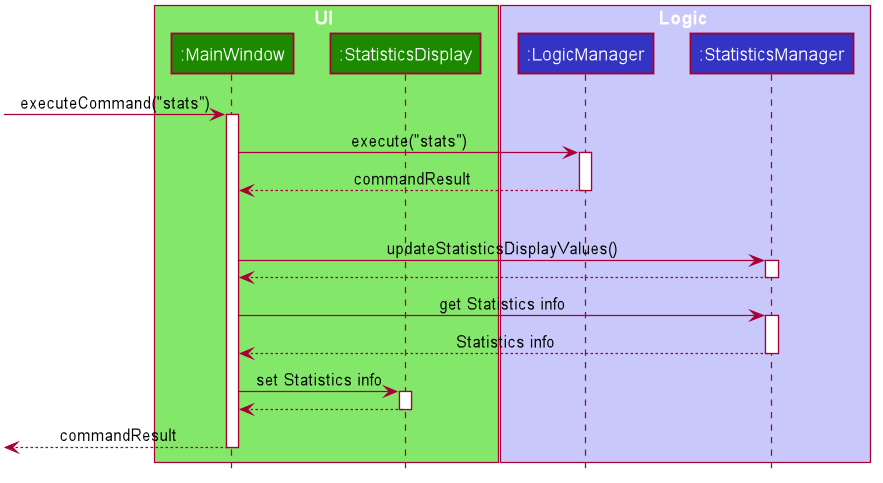
nus-cs2103-AY1920S2/addressbook-level3 keeps this PlantUML diagram as docs/images/StatisticsUiSequenceDiagram.png. Above is the earlier version. Source of this version:
```plantuml
@startuml








skinparam BackgroundColor #FFFFFFF

skinparam Shadowing false

skinparam Class {
    FontColor #FFFFFF
    BorderThickness 1
    BorderColor #FFFFFF
    StereotypeFontColor #FFFFFF
    FontName Arial
}

skinparam Actor {
    BorderColor #000000
    Color #000000
    FontName Arial
}

skinparam Sequence {
    MessageAlign center
    BoxFontSize 15
    BoxPadding 0
    BoxFontColor #FFFFFF
    FontName Arial
}

skinparam Participant {
    FontColor #FFFFFFF
    Padding 20
}

skinparam MinClassWidth 50
skinparam ParticipantPadding 10
skinparam Shadowing false
skinparam DefaultTextAlignment center
skinparam packageStyle Rectangle

hide footbox
hide members
hide circle

box UI #83E769
participant ":MainWindow" as MainWindow #1D8900
participant ":StatisticsDisplay" as StatisticsDisplay #1D8900
end box

box Logic #C8C8FA
participant ":LogicManager" as LogicManager #3333C4
participant ":StatisticsManager" as StatisticsManager #3333C4
end box

[-> MainWindow : executeCommand("stats")
activate MainWindow

MainWindow -> LogicManager: execute("stats")
activate LogicManager

LogicManager --> MainWindow: commandResult
deactivate LogicManager

opt is SortCommandResult
MainWindow -> StatisticsManager: updateStatisticsDisplayValues()
activate StatisticsManager

StatisticsManager --> MainWindow
deactivate StatisticsManager

MainWindow -> StatisticsManager: get Statistics info
activate StatisticsManager
StatisticsManager --> MainWindow: Statistics info
deactivate StatisticsManager

MainWindow -> StatisticsDisplay: set Statistics info
activate StatisticsDisplay
StatisticsDisplay --> MainWindow:
deactivate StatisticsDisplay

[<--MainWindow: commandResult
deactivate MainWindow
@enduml
```
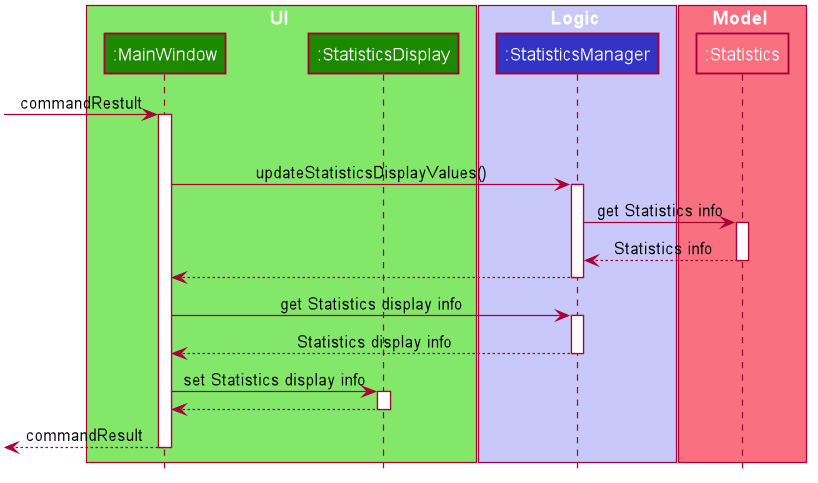
After the change.

The edit, as a diff of the source:
```diff
@@ -54,32 +54,36 @@
 end box
 
 box Logic #C8C8FA
-participant ":LogicManager" as LogicManager #3333C4
 participant ":StatisticsManager" as StatisticsManager #3333C4
 end box
 
-[-> MainWindow : executeCommand("stats")
+box Model #F97181
+participant ":Statistics" as Statistics #F97181
+end box
+
+[-> MainWindow : commandRestult
 activate MainWindow
-
-MainWindow -> LogicManager: execute("stats")
-activate LogicManager
-
-LogicManager --> MainWindow: commandResult
-deactivate LogicManager
 
 opt is SortCommandResult
 MainWindow -> StatisticsManager: updateStatisticsDisplayValues()
 activate StatisticsManager
 
+StatisticsManager -> Statistics: get Statistics info
+activate Statistics
+
+Statistics --> StatisticsManager: Statistics info
+deactivate Statistics
+
 StatisticsManager --> MainWindow
 deactivate StatisticsManager
 
-MainWindow -> StatisticsManager: get Statistics info
+MainWindow -> StatisticsManager: get Statistics display info
 activate StatisticsManager
-StatisticsManager --> MainWindow: Statistics info
+
+StatisticsManager --> MainWindow: Statistics display info
 deactivate StatisticsManager
 
-MainWindow -> StatisticsDisplay: set Statistics info
+MainWindow -> StatisticsDisplay: set Statistics display info
 activate StatisticsDisplay
 StatisticsDisplay --> MainWindow:
 deactivate StatisticsDisplay
```
